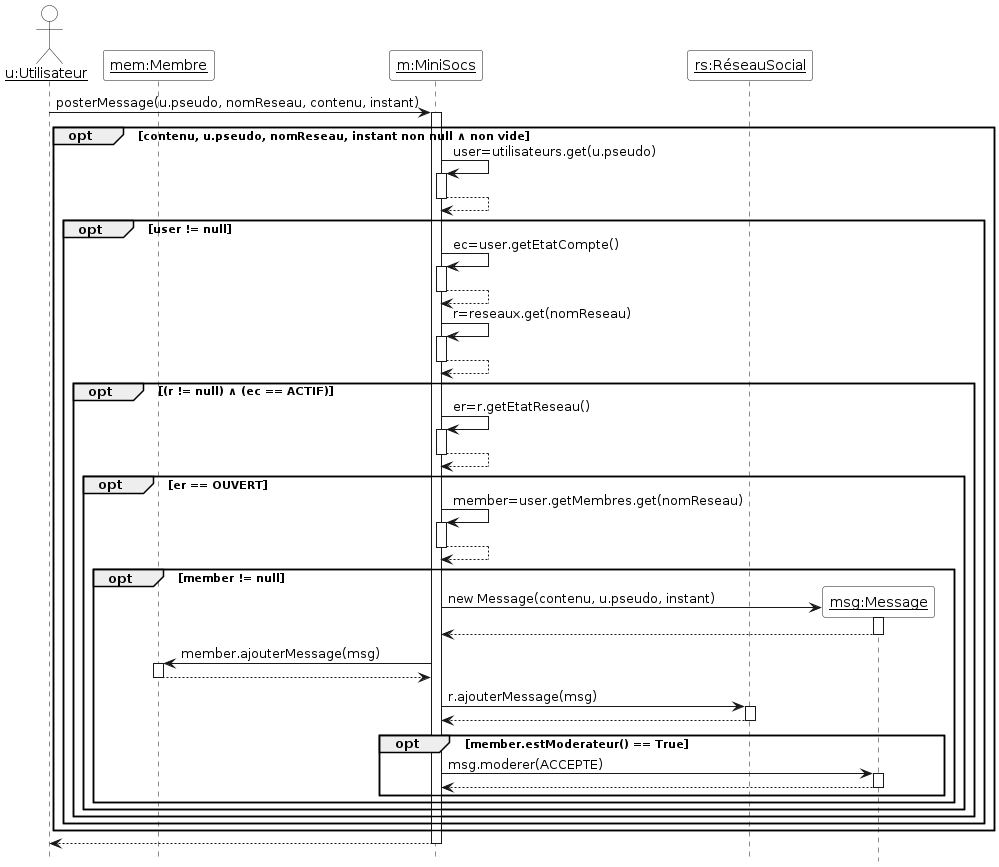
The PlantUML diagram Diagrammes/minisocs_uml_diag_seq_poster_message.png in ThELud0/Minisocs, before a commit.
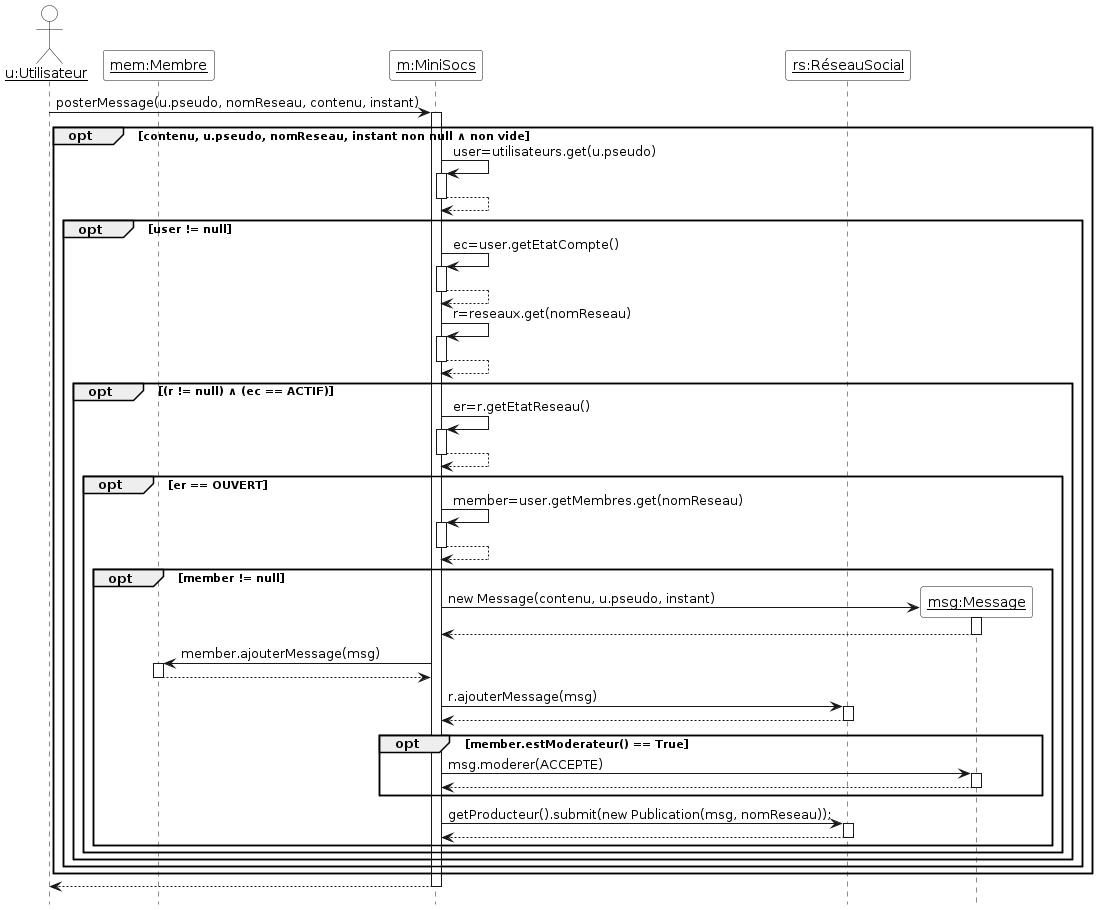
After the commit.

Diff of the diagram source:
```diff
@@ -39,7 +39,8 @@
 m -> msg ++ : msg.moderer(ACCEPTE)
 return
 end
-
+m -> rs ++ : getProducteur().submit(new Publication(msg, nomReseau));
+return
 end
 end
 end
```
